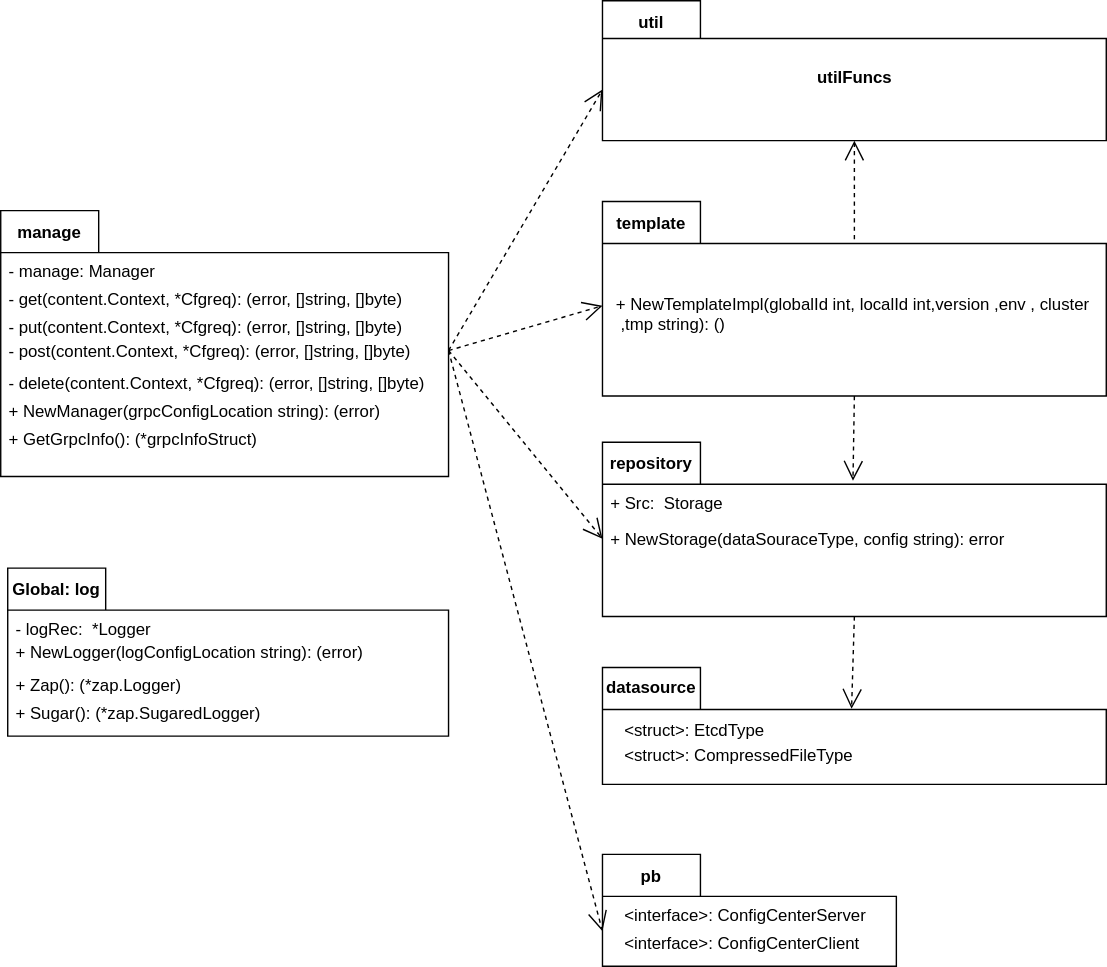
Earlier version of the draw.io export docs/images/概设/包图.svg (dalgorithm-bastar/configer). Source tidied: cells renumbered, new cells last; positions are measured from the earlier drawing's top-left corner, leaving out a move shared by most shapes.
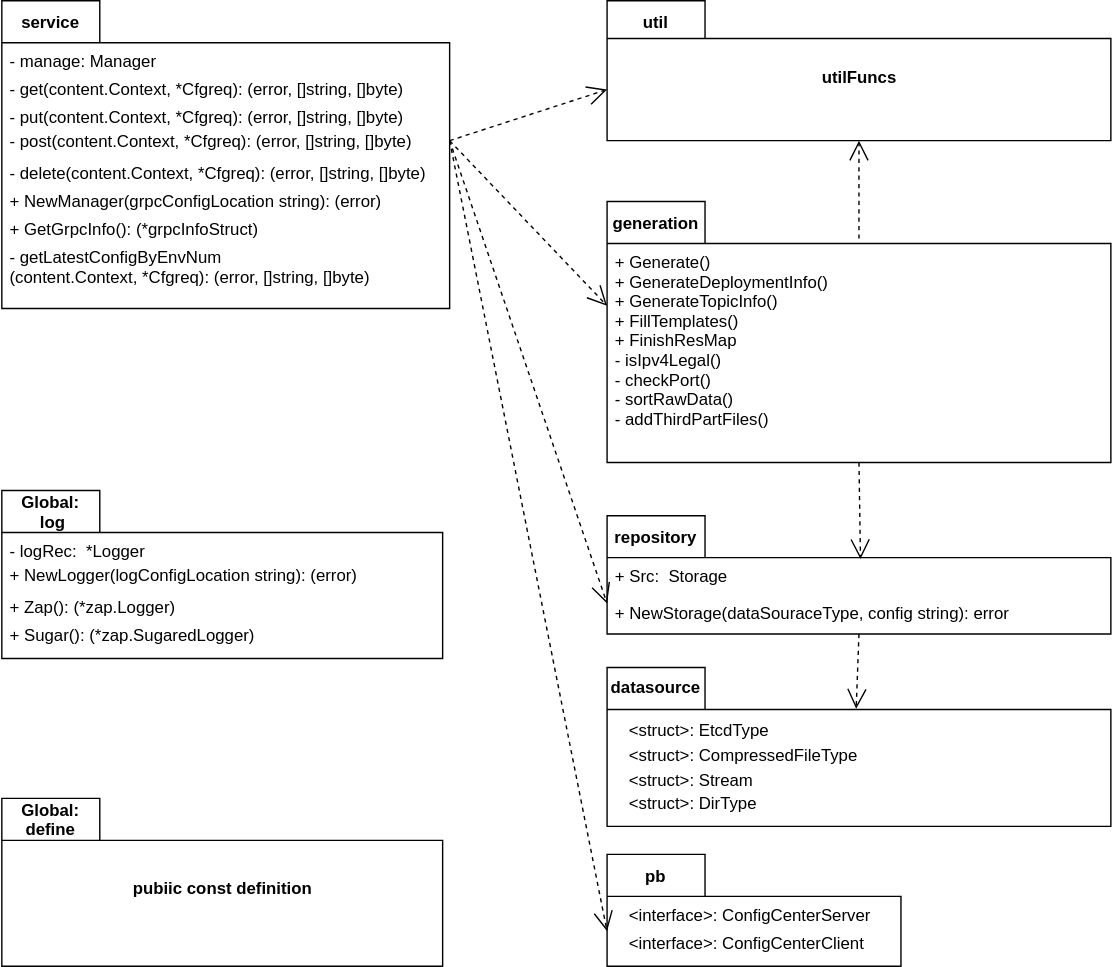
Above is the later version.

What changed in the source:
```diff
@@ -3,61 +3,61 @@
     <mxCell id="0" />
     <mxCell id="1" parent="0" />
     <mxCell id="2" style="shape=folder;fontStyle=1;spacingTop=10;tabWidth=70;tabHeight=30;tabPosition=left;html=1;" parent="1" vertex="1">
-      <mxGeometry y="150" width="320" height="190" as="geometry" />
+      <mxGeometry x="-2.5" width="320" height="220" as="geometry" />
     </mxCell>
-    <mxCell id="3" value="manage" style="text;align=center;fontStyle=1;verticalAlign=middle;spacingLeft=3;spacingRight=3;strokeColor=none;" parent="1" vertex="1">
-      <mxGeometry y="150" width="70" height="30" as="geometry" />
+    <mxCell id="3" value="service" style="text;align=center;fontStyle=1;verticalAlign=middle;spacingLeft=3;spacingRight=3;strokeColor=none;" parent="1" vertex="1">
+      <mxGeometry x="-2.5" width="70" height="30" as="geometry" />
     </mxCell>
     <mxCell id="4" value="- manage: Manager" style="text;strokeColor=none;fillColor=none;align=left;verticalAlign=top;spacingLeft=4;spacingRight=4;overflow=hidden;" parent="1" vertex="1">
-      <mxGeometry y="180" width="200" height="26" as="geometry" />
+      <mxGeometry x="-2.5" y="30" width="200" height="26" as="geometry" />
     </mxCell>
     <mxCell id="5" value="- get(content.Context, *Cfgreq): (error, []string, []byte)" style="text;strokeColor=none;fillColor=none;align=left;verticalAlign=top;spacingLeft=4;spacingRight=4;overflow=hidden;" parent="1" vertex="1">
-      <mxGeometry y="200" width="330" height="26" as="geometry" />
+      <mxGeometry x="-2.5" y="50" width="330" height="26" as="geometry" />
     </mxCell>
     <mxCell id="6" value="- put(content.Context, *Cfgreq): (error, []string, []byte)" style="text;strokeColor=none;fillColor=none;align=left;verticalAlign=top;spacingLeft=4;spacingRight=4;overflow=hidden;" parent="1" vertex="1">
-      <mxGeometry y="220" width="330" height="26" as="geometry" />
+      <mxGeometry x="-2.5" y="70" width="330" height="26" as="geometry" />
     </mxCell>
     <mxCell id="7" value="- post(content.Context, *Cfgreq): (error, []string, []byte)" style="text;strokeColor=none;fillColor=none;align=left;verticalAlign=top;spacingLeft=4;spacingRight=4;overflow=hidden;" parent="1" vertex="1">
-      <mxGeometry y="237" width="310" height="26" as="geometry" />
+      <mxGeometry x="-2.5" y="87" width="310" height="26" as="geometry" />
     </mxCell>
     <mxCell id="8" value="- delete(content.Context, *Cfgreq): (error, []string, []byte)" style="text;strokeColor=none;fillColor=none;align=left;verticalAlign=top;spacingLeft=4;spacingRight=4;overflow=hidden;" parent="1" vertex="1">
-      <mxGeometry y="260" width="330" height="26" as="geometry" />
+      <mxGeometry x="-2.5" y="110" width="330" height="26" as="geometry" />
     </mxCell>
     <mxCell id="9" style="shape=folder;fontStyle=1;spacingTop=10;tabWidth=70;tabHeight=30;tabPosition=left;html=1;" parent="1" vertex="1">
       <mxGeometry x="430" y="610" width="210" height="80" as="geometry" />
     </mxCell>
     <mxCell id="10" style="shape=folder;fontStyle=1;spacingTop=10;tabWidth=70;tabHeight=30;tabPosition=left;html=1;" parent="1" vertex="1">
-      <mxGeometry x="5" y="405.5" width="315" height="120" as="geometry" />
+      <mxGeometry x="-2.5" y="350" width="315" height="120" as="geometry" />
     </mxCell>
-    <mxCell id="11" value="Global: log" style="text;align=center;fontStyle=1;verticalAlign=middle;spacingLeft=3;spacingRight=3;strokeColor=none;" parent="1" vertex="1">
-      <mxGeometry x="5" y="405.5" width="70" height="30" as="geometry" />
+    <mxCell id="11" value="Global:&#10; log" style="text;align=center;fontStyle=1;verticalAlign=middle;spacingLeft=3;spacingRight=3;strokeColor=none;" parent="1" vertex="1">
+      <mxGeometry x="-2.5" y="350" width="70" height="30" as="geometry" />
     </mxCell>
     <mxCell id="12" value="- logRec:  *Logger" style="text;strokeColor=none;fillColor=none;align=left;verticalAlign=top;spacingLeft=4;spacingRight=4;overflow=hidden;" parent="1" vertex="1">
-      <mxGeometry x="5" y="435.5" width="200" height="26" as="geometry" />
+      <mxGeometry x="-2.5" y="380" width="200" height="26" as="geometry" />
     </mxCell>
     <mxCell id="13" value="+ NewManager(grpcConfigLocation string): (error)" style="text;strokeColor=none;fillColor=none;align=left;verticalAlign=top;spacingLeft=4;spacingRight=4;overflow=hidden;" parent="1" vertex="1">
-      <mxGeometry y="280" width="330" height="26" as="geometry" />
+      <mxGeometry x="-2.5" y="130" width="330" height="26" as="geometry" />
     </mxCell>
     <mxCell id="14" value="+ NewLogger(logConfigLocation string): (error)" style="text;strokeColor=none;fillColor=none;align=left;verticalAlign=top;spacingLeft=4;spacingRight=4;overflow=hidden;" parent="1" vertex="1">
-      <mxGeometry x="5" y="452.5" width="280" height="26" as="geometry" />
+      <mxGeometry x="-2.5" y="397" width="280" height="26" as="geometry" />
     </mxCell>
     <mxCell id="15" value="+ Zap(): (*zap.Logger)" style="text;strokeColor=none;fillColor=none;align=left;verticalAlign=top;spacingLeft=4;spacingRight=4;overflow=hidden;" parent="1" vertex="1">
-      <mxGeometry x="5" y="475.5" width="280" height="26" as="geometry" />
+      <mxGeometry x="-2.5" y="420" width="280" height="26" as="geometry" />
     </mxCell>
     <mxCell id="16" value="+ Sugar(): (*zap.SugaredLogger)" style="text;strokeColor=none;fillColor=none;align=left;verticalAlign=top;spacingLeft=4;spacingRight=4;overflow=hidden;" parent="1" vertex="1">
-      <mxGeometry x="5" y="495.5" width="280" height="26" as="geometry" />
+      <mxGeometry x="-2.5" y="440" width="280" height="26" as="geometry" />
     </mxCell>
     <mxCell id="17" style="shape=folder;fontStyle=1;spacingTop=10;tabWidth=70;tabHeight=30;tabPosition=left;html=1;" parent="1" vertex="1">
-      <mxGeometry x="430" y="315.5" width="360" height="124.5" as="geometry" />
+      <mxGeometry x="430" y="368" width="360" height="84.5" as="geometry" />
     </mxCell>
     <mxCell id="18" value="repository" style="text;align=center;fontStyle=1;verticalAlign=middle;spacingLeft=3;spacingRight=3;strokeColor=none;" parent="1" vertex="1">
-      <mxGeometry x="430" y="315.5" width="70" height="30" as="geometry" />
+      <mxGeometry x="430" y="368" width="70" height="30" as="geometry" />
     </mxCell>
     <mxCell id="19" value="+ Src:  Storage" style="text;strokeColor=none;fillColor=none;align=left;verticalAlign=top;spacingLeft=4;spacingRight=4;overflow=hidden;" parent="1" vertex="1">
-      <mxGeometry x="430" y="345.5" width="200" height="26" as="geometry" />
+      <mxGeometry x="430" y="398" width="200" height="26" as="geometry" />
     </mxCell>
     <mxCell id="20" value="+ NewStorage(dataSouraceType, config string): error" style="text;strokeColor=none;fillColor=none;align=left;verticalAlign=top;spacingLeft=4;spacingRight=4;overflow=hidden;points=[[0,0.5],[1,0.5]];portConstraint=eastwest;" parent="1" vertex="1">
-      <mxGeometry x="430" y="371.5" width="320" height="26" as="geometry" />
+      <mxGeometry x="430" y="424" width="320" height="26" as="geometry" />
     </mxCell>
     <mxCell id="21" value="utilFuncs" style="shape=folder;fontStyle=1;spacingTop=10;tabWidth=70;tabHeight=27;tabPosition=left;html=1;" parent="1" vertex="1">
       <mxGeometry x="430" width="360" height="100" as="geometry" />
@@ -80,36 +80,32 @@
     <mxCell id="27" style="endArrow=open;endSize=12;dashed=1;html=1;exitX=0;exitY=0;exitDx=320;exitDy=100;exitPerimeter=0;entryX=0;entryY=0;entryDx=0;entryDy=63.5;entryPerimeter=0;" parent="1" edge="1" source="2" target="21">
       <mxGeometry relative="1" as="geometry" />
     </mxCell>
-    <mxCell id="28" style="endArrow=open;endSize=12;dashed=1;html=1;entryX=0;entryY=0.5;entryDx=0;entryDy=0;exitX=0;exitY=0;exitDx=320;exitDy=100;exitPerimeter=0;" parent="1" edge="1" source="2">
-      <mxGeometry relative="1" as="geometry">
-        <mxPoint x="430" y="384.5" as="targetPoint" />
-      </mxGeometry>
+    <mxCell id="28" style="endArrow=open;endSize=12;dashed=1;html=1;entryX=0;entryY=0.26;entryDx=0;entryDy=0;exitX=0;exitY=0;exitDx=320;exitDy=100;exitPerimeter=0;entryPerimeter=0;" parent="1" edge="1" source="2" target="20">
+      <mxGeometry relative="1" as="geometry" />
     </mxCell>
     <mxCell id="29" style="shape=folder;fontStyle=1;spacingTop=10;tabWidth=70;tabHeight=30;tabPosition=left;html=1;" parent="1" vertex="1">
-      <mxGeometry x="430" y="143.5" width="360" height="139" as="geometry" />
+      <mxGeometry x="430" y="143.5" width="360" height="186.5" as="geometry" />
     </mxCell>
-    <mxCell id="30" value="template" style="text;align=center;fontStyle=1;verticalAlign=middle;spacingLeft=3;spacingRight=3;strokeColor=none;" parent="1" vertex="1">
+    <mxCell id="30" value="generation" style="text;align=center;fontStyle=1;verticalAlign=middle;spacingLeft=3;spacingRight=3;strokeColor=none;" parent="1" vertex="1">
       <mxGeometry x="430" y="143.5" width="70" height="30" as="geometry" />
     </mxCell>
-    <mxCell id="31" value="+ NewTemplateImpl(globalId int, localId int,version ,env , cluster&#10; ,tmp string): ()" style="text;strokeColor=none;fillColor=none;align=left;verticalAlign=top;spacingLeft=4;spacingRight=4;overflow=hidden;" parent="1" vertex="1">
-      <mxGeometry x="434" y="203.5" width="356" height="46.5" as="geometry" />
+    <mxCell id="31" value="+ Generate()&#10;+ GenerateDeploymentInfo()&#10;+ GenerateTopicInfo()&#10;+ FillTemplates()&#10;+ FinishResMap&#10;- isIpv4Legal()&#10;- checkPort() &#10;- sortRawData()&#10;- addThirdPartFiles()&#10;" style="text;strokeColor=none;fillColor=none;align=left;verticalAlign=top;spacingLeft=4;spacingRight=4;overflow=hidden;" parent="1" vertex="1">
+      <mxGeometry x="430" y="173.5" width="356" height="136.5" as="geometry" />
     </mxCell>
     <mxCell id="32" style="endArrow=open;endSize=12;dashed=1;html=1;exitX=0;exitY=0;exitDx=320;exitDy=100;exitPerimeter=0;entryX=0;entryY=0;entryDx=0;entryDy=55;entryPerimeter=0;" parent="1" edge="1" source="2" target="9">
       <mxGeometry relative="1" as="geometry" />
     </mxCell>
-    <mxCell id="33" style="endArrow=open;endSize=12;dashed=1;html=1;exitX=0.5;exitY=0.194;exitDx=0;exitDy=0;exitPerimeter=0;entryX=0.5;entryY=1;entryDx=0;entryDy=0;entryPerimeter=0;" parent="1" edge="1" source="29" target="21">
+    <mxCell id="33" style="endArrow=open;endSize=12;dashed=1;html=1;entryX=0.5;entryY=1;entryDx=0;entryDy=0;entryPerimeter=0;exitX=0.5;exitY=0.142;exitDx=0;exitDy=0;exitPerimeter=0;" parent="1" edge="1" source="29" target="21">
       <mxGeometry relative="1" as="geometry" />
     </mxCell>
-    <mxCell id="34" style="endArrow=open;endSize=12;dashed=1;html=1;exitX=0.5;exitY=1;exitDx=0;exitDy=0;exitPerimeter=0;" parent="1" edge="1" source="29">
-      <mxGeometry relative="1" as="geometry">
-        <mxPoint x="609" y="343" as="targetPoint" />
-      </mxGeometry>
+    <mxCell id="34" style="endArrow=open;endSize=12;dashed=1;html=1;exitX=0.5;exitY=1;exitDx=0;exitDy=0;exitPerimeter=0;entryX=0.503;entryY=0.367;entryDx=0;entryDy=0;entryPerimeter=0;" parent="1" edge="1" source="29" target="17">
+      <mxGeometry relative="1" as="geometry" />
     </mxCell>
     <mxCell id="35" value="+ GetGrpcInfo(): (*grpcInfoStruct)" style="text;strokeColor=none;fillColor=none;align=left;verticalAlign=top;spacingLeft=4;spacingRight=4;overflow=hidden;" parent="1" vertex="1">
-      <mxGeometry y="300" width="330" height="26" as="geometry" />
+      <mxGeometry x="-2.5" y="150" width="330" height="26" as="geometry" />
     </mxCell>
     <mxCell id="36" style="shape=folder;fontStyle=1;spacingTop=10;tabWidth=70;tabHeight=30;tabPosition=left;html=1;" parent="1" vertex="1">
-      <mxGeometry x="430" y="476.5" width="360" height="83.5" as="geometry" />
+      <mxGeometry x="430" y="476.5" width="360" height="113.5" as="geometry" />
     </mxCell>
     <mxCell id="37" value="datasource" style="text;align=center;fontStyle=1;verticalAlign=middle;spacingLeft=3;spacingRight=3;strokeColor=none;" parent="1" vertex="1">
       <mxGeometry x="430" y="475.5" width="70" height="30" as="geometry" />
@@ -125,5 +121,20 @@
     <mxCell id="40" value="&lt;struct&gt;: CompressedFileType" style="text;strokeColor=none;fillColor=none;align=left;verticalAlign=top;spacingLeft=4;spacingRight=4;overflow=hidden;" parent="1" vertex="1">
       <mxGeometry x="440" y="525.5" width="190" height="26" as="geometry" />
     </mxCell>
+    <mxCell id="41" value="pubiic const definition" style="shape=folder;fontStyle=1;spacingTop=10;tabWidth=70;tabHeight=30;tabPosition=left;html=1;" parent="1" vertex="1">
+      <mxGeometry x="-2.5" y="570" width="315" height="120" as="geometry" />
+    </mxCell>
+    <mxCell id="42" value="Global: &#10;define" style="text;align=center;fontStyle=1;verticalAlign=middle;spacingLeft=3;spacingRight=3;strokeColor=none;" parent="1" vertex="1">
+      <mxGeometry x="-2.5" y="570" width="70" height="30" as="geometry" />
+    </mxCell>
+    <mxCell id="43" value="&lt;struct&gt;: Stream" style="text;strokeColor=none;fillColor=none;align=left;verticalAlign=top;spacingLeft=4;spacingRight=4;overflow=hidden;" parent="1" vertex="1">
+      <mxGeometry x="440" y="544" width="190" height="26" as="geometry" />
+    </mxCell>
+    <mxCell id="44" value="&lt;struct&gt;: DirType" style="text;strokeColor=none;fillColor=none;align=left;verticalAlign=top;spacingLeft=4;spacingRight=4;overflow=hidden;" parent="1" vertex="1">
+      <mxGeometry x="440" y="560" width="190" height="26" as="geometry" />
+    </mxCell>
+    <mxCell id="45" value="- getLatestConfigByEnvNum&#10;(content.Context, *Cfgreq): (error, []string, []byte)" style="text;strokeColor=none;fillColor=none;align=left;verticalAlign=top;spacingLeft=4;spacingRight=4;overflow=hidden;" parent="1" vertex="1">
+      <mxGeometry x="-2.5" y="170" width="330" height="40" as="geometry" />
+    </mxCell>
   </root>
 </mxGraphModel>
```
